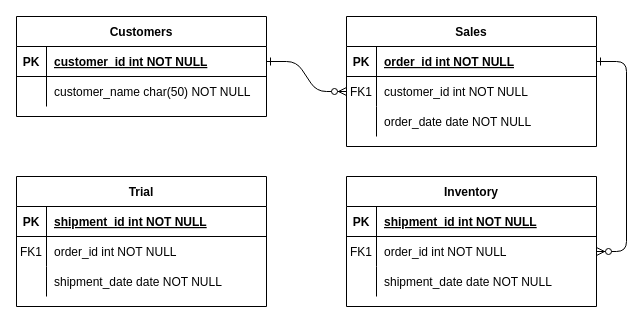
This is lab4/Untitled Diagram.drawio from ozarikar/csc362_f24_zarikar, a draw.io file, before an edit. Source tidied: cells renumbered, new cells numbered last; positions are measured from the earlier drawing's top-left corner, leaving out a move shared by most shapes. Both pictures are drawn from the tidied source at 100%, with x=0, y=0 at pixel (16, 16).
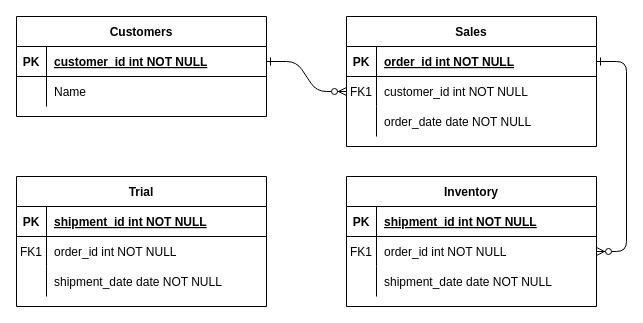
The same page after the edit.

The change refers to these unchanged cells:
```xml
<mxCell id="28" style="shape=partialRectangle;fillColor=none;top=0;left=0;right=0;bottom=0;" parent="24" vertex="1">
  <mxGeometry y="60" width="250" height="30" as="geometry" />
</mxCell>
```

What changed in the source:
```diff
@@
-    <mxCell id="30" value="customer_name char(50) NOT NULL" style="shape=partialRectangle;overflow=hidden;fillColor=none;top=0;left=0;bottom=0;right=0;align=left;spacingLeft=6;" parent="28" vertex="1">
+    <mxCell id="30" value="Name" style="shape=partialRectangle;overflow=hidden;fillColor=none;top=0;left=0;bottom=0;right=0;align=left;spacingLeft=6;" parent="28" vertex="1">
       <mxGeometry x="30" width="220" height="30" as="geometry" />
     </mxCell>
```
